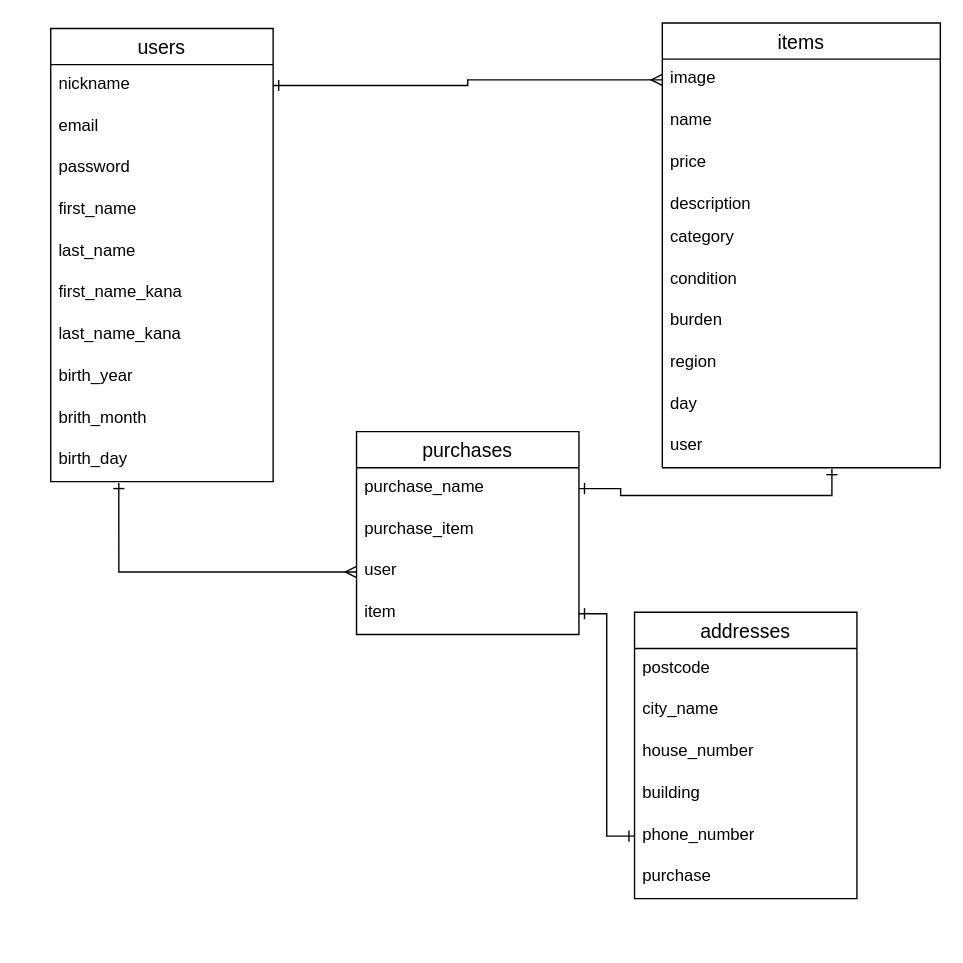
ebi-1341/furima-32549 keeps this draw.io diagram as furima.dio. Above is the earlier version. Source tidied: cells renumbered, new cells numbered last; positions are measured from the earlier drawing's top-left corner, leaving out a move shared by most shapes. Both pictures are drawn from the tidied source at 139%, with x=0, y=0 at pixel (50, 22).
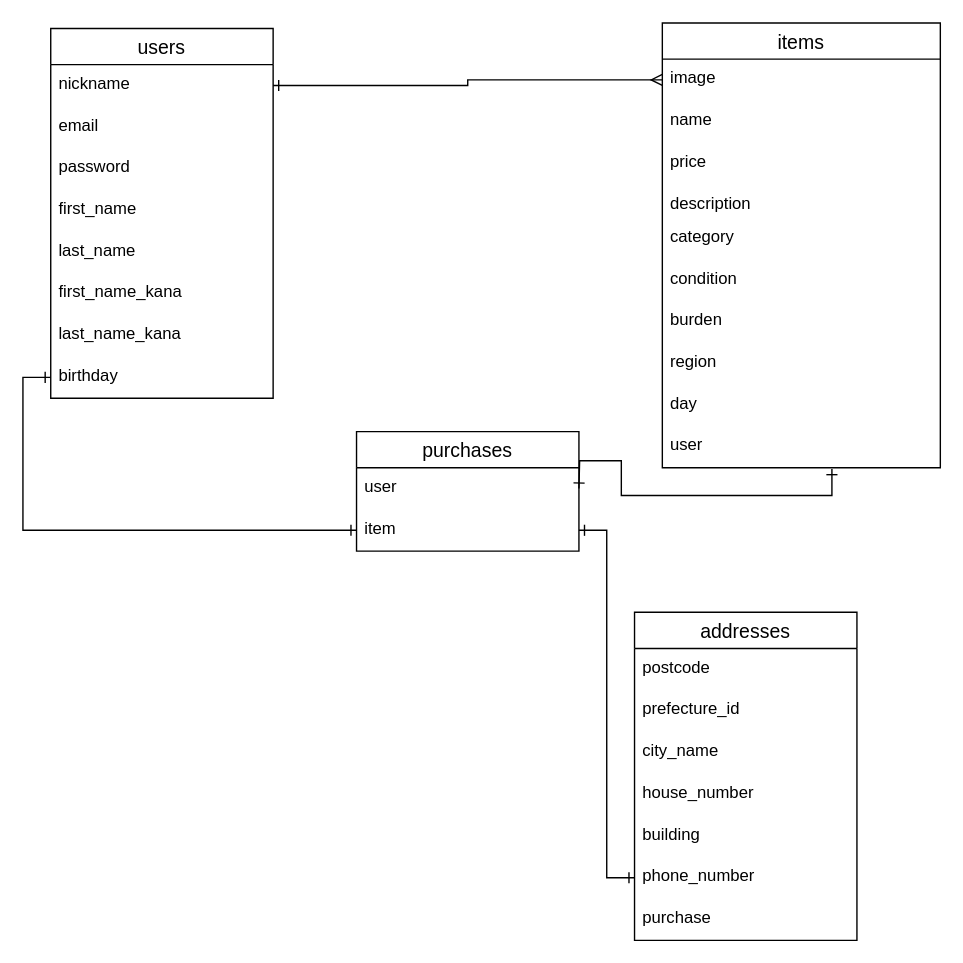
After the change.

Commit message (it also covers changes not shown here):
ER図、READMEの再修正

Unchanged cells that the change refers to:
```xml
<mxCell id="23" value="user" style="text;strokeColor=none;fillColor=none;spacingLeft=4;spacingRight=4;overflow=hidden;points=[[0,0.5],[1,0.5]];portConstraint=eastwest;fontSize=12;" parent="13" vertex="1">
  <mxGeometry y="290" width="200" height="30" as="geometry" />
</mxCell>
```

Change to the diagram source:
```diff
@@
     <mxCell id="2" value="users" style="swimlane;fontStyle=0;horizontal=1;startSize=26;align=center;fontSize=14;" parent="1" vertex="1">
-      <mxGeometry y="4" width="160" height="326" as="geometry" />
+      <mxGeometry y="4" width="160" height="266" as="geometry" />
     </mxCell>
@@
-    <mxCell id="10" value="birth_year" style="text;strokeColor=none;fillColor=none;spacingLeft=4;spacingRight=4;overflow=hidden;points=[[0,0.5],[1,0.5]];portConstraint=eastwest;fontSize=12;" parent="2" vertex="1">
+    <mxCell id="10" value="birthday&#10;" style="text;strokeColor=none;fillColor=none;spacingLeft=4;spacingRight=4;overflow=hidden;points=[[0,0.5],[1,0.5]];portConstraint=eastwest;fontSize=12;" parent="2" vertex="1">
       <mxGeometry y="236" width="160" height="30" as="geometry" />
     </mxCell>
-    <mxCell id="11" value="brith_month" style="text;strokeColor=none;fillColor=none;spacingLeft=4;spacingRight=4;overflow=hidden;fontSize=12;" parent="2" vertex="1">
-      <mxGeometry y="266" width="160" height="30" as="geometry" />
-    </mxCell>
-    <mxCell id="12" value="birth_day" style="text;strokeColor=none;fillColor=none;spacingLeft=4;spacingRight=4;overflow=hidden;points=[[0,0.5],[1,0.5]];portConstraint=eastwest;fontSize=12;" parent="2" vertex="1">
-      <mxGeometry y="296" width="160" height="30" as="geometry" />
-    </mxCell>
@@
     <mxCell id="24" value="purchases" style="swimlane;fontStyle=0;horizontal=1;startSize=26;align=center;fontSize=14;" parent="1" vertex="1">
-      <mxGeometry x="220" y="294" width="160" height="146" as="geometry" />
+      <mxGeometry x="220" y="294" width="160" height="86" as="geometry" />
     </mxCell>
-    <mxCell id="25" value="purchase_name" style="text;strokeColor=none;fillColor=none;spacingLeft=4;spacingRight=4;overflow=hidden;points=[[0,0.5],[1,0.5]];portConstraint=eastwest;fontSize=12;" parent="24" vertex="1">
-      <mxGeometry y="26" width="160" height="30" as="geometry" />
-    </mxCell>
-    <mxCell id="26" value="purchase_item&#10;" style="text;strokeColor=none;fillColor=none;spacingLeft=4;spacingRight=4;overflow=hidden;fontSize=12;" parent="24" vertex="1">
-      <mxGeometry y="56" width="160" height="30" as="geometry" />
-    </mxCell>
     <mxCell id="27" value="user" style="text;strokeColor=none;fillColor=none;spacingLeft=4;spacingRight=4;overflow=hidden;points=[[0,0.5],[1,0.5]];portConstraint=eastwest;fontSize=12;" parent="24" vertex="1">
-      <mxGeometry y="86" width="160" height="30" as="geometry" />
+      <mxGeometry y="26" width="160" height="30" as="geometry" />
     </mxCell>
     <mxCell id="28" value="item" style="text;strokeColor=none;fillColor=none;spacingLeft=4;spacingRight=4;overflow=hidden;points=[[0,0.5],[1,0.5]];portConstraint=eastwest;fontSize=12;" parent="24" vertex="1">
-      <mxGeometry y="116" width="160" height="30" as="geometry" />
+      <mxGeometry y="56" width="160" height="30" as="geometry" />
     </mxCell>
     <mxCell id="29" value="addresses" style="swimlane;fontStyle=0;horizontal=1;startSize=26;align=center;fontSize=14;" parent="1" vertex="1">
-      <mxGeometry x="420" y="424" width="160" height="206" as="geometry" />
+      <mxGeometry x="420" y="424" width="160" height="236" as="geometry" />
     </mxCell>
@@
+    <mxCell id="40" value="prefecture_id" style="text;strokeColor=none;fillColor=none;spacingLeft=4;spacingRight=4;overflow=hidden;fontSize=12;" parent="29" vertex="1">
+      <mxGeometry y="56" width="160" height="30" as="geometry" />
+    </mxCell>
     <mxCell id="31" value="city_name" style="text;strokeColor=none;fillColor=none;spacingLeft=4;spacingRight=4;overflow=hidden;fontSize=12;" parent="29" vertex="1">
-      <mxGeometry y="56" width="160" height="30" as="geometry" />
+      <mxGeometry y="86" width="160" height="30" as="geometry" />
     </mxCell>
     <mxCell id="32" value="house_number" style="text;strokeColor=none;fillColor=none;spacingLeft=4;spacingRight=4;overflow=hidden;fontSize=12;" parent="29" vertex="1">
-      <mxGeometry y="86" width="160" height="30" as="geometry" />
+      <mxGeometry y="116" width="160" height="30" as="geometry" />
     </mxCell>
     <mxCell id="33" value="building" style="text;strokeColor=none;fillColor=none;spacingLeft=4;spacingRight=4;overflow=hidden;fontSize=12;" parent="29" vertex="1">
-      <mxGeometry y="116" width="160" height="30" as="geometry" />
+      <mxGeometry y="146" width="160" height="30" as="geometry" />
     </mxCell>
     <mxCell id="34" value="phone_number" style="text;strokeColor=none;fillColor=none;spacingLeft=4;spacingRight=4;overflow=hidden;points=[[0,0.5],[1,0.5]];portConstraint=eastwest;fontSize=12;" parent="29" vertex="1">
-      <mxGeometry y="146" width="160" height="30" as="geometry" />
+      <mxGeometry y="176" width="160" height="30" as="geometry" />
     </mxCell>
     <mxCell id="35" value="purchase" style="text;strokeColor=none;fillColor=none;spacingLeft=4;spacingRight=4;overflow=hidden;fontSize=12;" parent="29" vertex="1">
-      <mxGeometry y="176" width="160" height="30" as="geometry" />
+      <mxGeometry y="206" width="160" height="30" as="geometry" />
     </mxCell>
@@
-    <mxCell id="37" style="edgeStyle=orthogonalEdgeStyle;rounded=0;jettySize=auto;html=1;exitX=1;exitY=0.5;exitDx=0;exitDy=0;startArrow=ERone;startFill=0;endArrow=ERone;endFill=0;entryX=0.61;entryY=1.033;entryDx=0;entryDy=0;entryPerimeter=0;" parent="1" edge="1" source="25" target="23">
-      <mxGeometry relative="1" as="geometry" />
+    <mxCell id="37" style="edgeStyle=orthogonalEdgeStyle;rounded=0;jettySize=auto;html=1;exitX=1;exitY=0.5;exitDx=0;exitDy=0;startArrow=ERone;startFill=0;endArrow=ERone;endFill=0;entryX=0.61;entryY=1.033;entryDx=0;entryDy=0;entryPerimeter=0;" parent="1" edge="1" target="23">
+      <mxGeometry relative="1" as="geometry">
+        <mxPoint x="380" y="335" as="sourcePoint" />
+      </mxGeometry>
     </mxCell>
-    <mxCell id="38" style="edgeStyle=orthogonalEdgeStyle;rounded=0;jettySize=auto;html=1;exitX=0;exitY=0.5;exitDx=0;exitDy=0;entryX=0.306;entryY=1.033;entryDx=0;entryDy=0;entryPerimeter=0;startArrow=ERmany;startFill=0;endArrow=ERone;endFill=0;" parent="1" edge="1" source="27" target="12">
-      <mxGeometry relative="1" as="geometry" />
-    </mxCell>
@@
+    <mxCell id="41" style="edgeStyle=orthogonalEdgeStyle;rounded=0;jettySize=auto;html=1;exitX=0;exitY=0.5;exitDx=0;exitDy=0;entryX=0;entryY=0.5;entryDx=0;entryDy=0;startArrow=ERone;startFill=0;endArrow=ERone;endFill=0;" parent="1" edge="1" source="28" target="10">
+      <mxGeometry relative="1" as="geometry" />
+    </mxCell>
```
